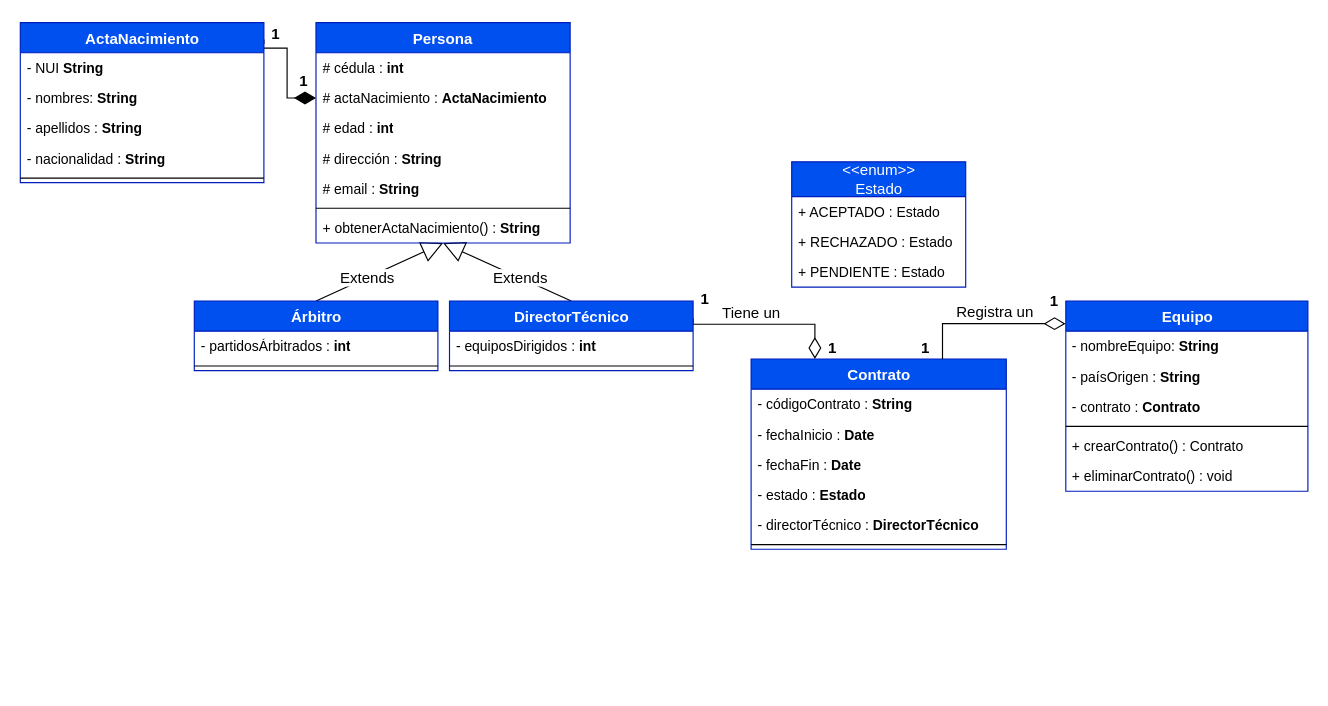
Earlier version of the draw.io diagram Diagrama de Clases/Diagramas.drawio (Rystron2007/Construccion). Source tidied: cells renumbered, new cells numbered last; positions are measured from the earlier drawing's top-left corner, leaving out a move shared by most shapes. Both pictures are drawn from the tidied source at 116%, with x=0, y=0 at pixel (20, 22).
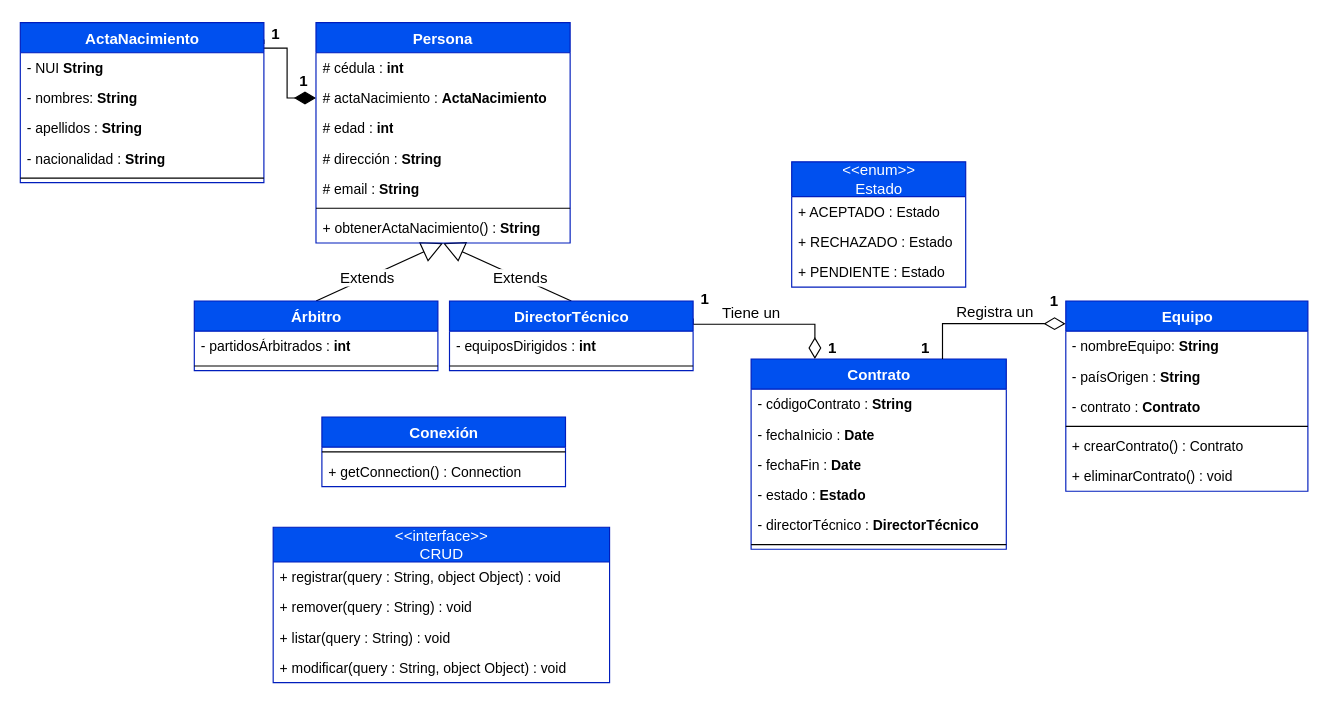
The same diagram, later.

What changed in the source:
```diff
@@
+    <mxCell id="56" style="group;" parent="1" vertex="1">
+      <mxGeometry x="260" y="340" width="230" height="86" as="geometry" />
+    </mxCell>
+    <mxCell id="57" value="Conexión" style="swimlane;fontStyle=1;align=center;verticalAlign=top;horizontal=1;startSize=26;fontSize=13;fillColor=#0050ef;strokeColor=#001DBC;fontColor=#ffffff;html=1;" parent="56" vertex="1">
+      <mxGeometry width="210" height="60" as="geometry" />
+    </mxCell>
+    <mxCell id="58" style="line;strokeWidth=1;fillColor=none;align=left;verticalAlign=middle;spacingTop=-1;spacingLeft=3;spacingRight=3;labelPosition=right;" parent="57" vertex="1">
+      <mxGeometry y="26" width="210" height="8" as="geometry" />
+    </mxCell>
+    <mxCell id="59" value="+ getConnection() : Connection" style="text;strokeColor=none;fillColor=none;align=left;verticalAlign=top;spacingLeft=4;spacingRight=4;overflow=hidden;html=1;" parent="57" vertex="1">
+      <mxGeometry y="34" width="210" height="26" as="geometry" />
+    </mxCell>
+    <mxCell id="60" value="&amp;lt;&amp;lt;interface&amp;gt;&amp;gt;&lt;br&gt;CRUD" style="swimlane;fontStyle=0;horizontal=1;startSize=30;fillColor=#0050ef;fontSize=13;html=1;strokeColor=#001DBC;fontColor=#ffffff;" parent="1" vertex="1">
+      <mxGeometry x="218" y="435" width="290" height="134" as="geometry" />
+    </mxCell>
+    <mxCell id="61" value="+ registrar(query : String, object Object) : void" style="text;strokeColor=none;fillColor=none;align=left;verticalAlign=top;spacingLeft=4;spacingRight=4;overflow=hidden;" parent="60" vertex="1">
+      <mxGeometry y="30" width="290" height="26" as="geometry" />
+    </mxCell>
+    <mxCell id="62" value="+ remover(query : String) : void" style="text;strokeColor=none;fillColor=none;align=left;verticalAlign=top;spacingLeft=4;spacingRight=4;overflow=hidden;" parent="60" vertex="1">
+      <mxGeometry y="56" width="290" height="26" as="geometry" />
+    </mxCell>
+    <mxCell id="63" value="+ listar(query : String) : void" style="text;strokeColor=none;fillColor=none;align=left;verticalAlign=top;spacingLeft=4;spacingRight=4;overflow=hidden;" parent="60" vertex="1">
+      <mxGeometry y="82" width="290" height="26" as="geometry" />
+    </mxCell>
+    <mxCell id="64" value="+ modificar(query : String, object Object) : void" style="text;strokeColor=none;fillColor=none;align=left;verticalAlign=top;spacingLeft=4;spacingRight=4;overflow=hidden;" parent="60" vertex="1">
+      <mxGeometry y="108" width="290" height="26" as="geometry" />
+    </mxCell>
```
